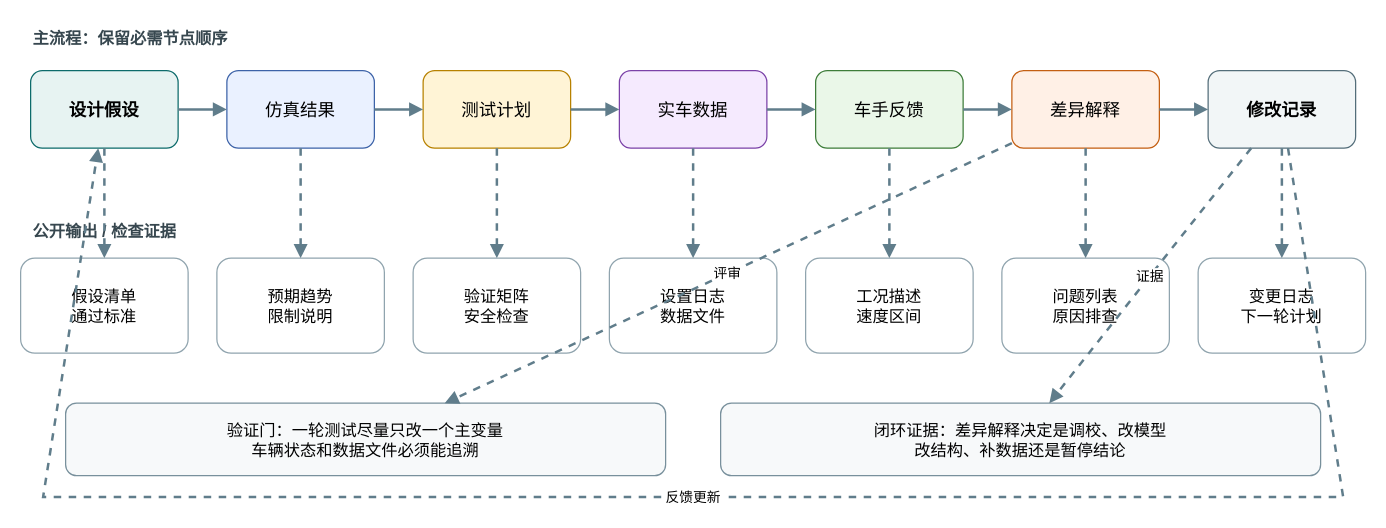
This is assets/diagrams/validation-loop.drawio from onebulletkick/suspension_opensource, a draw.io file, before an edit. Source tidied: cells renumbered, new cells numbered last; positions are measured from the earlier drawing's top-left corner, leaving out a move shared by most shapes. Both pictures are drawn from the tidied source at 125%, with x=0, y=0 at pixel (20, 20).
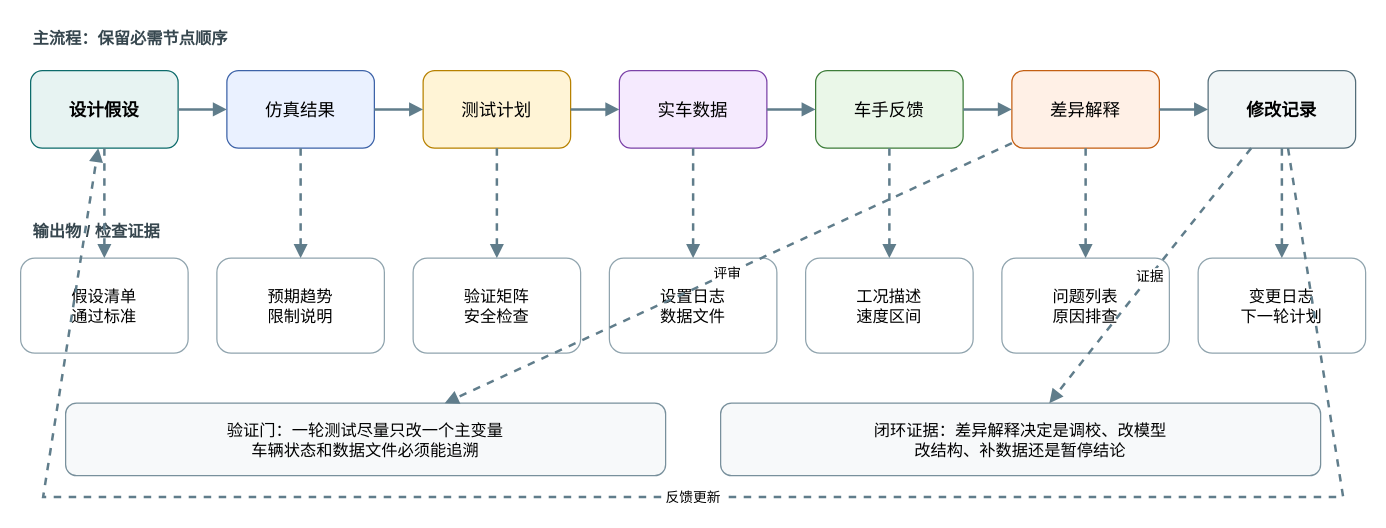
After the change.

What changed in the source:
```diff
@@
-    <mxCell id="3" value="公开输出 / 检查证据" style="text;html=0;strokeColor=none;fillColor=none;align=left;verticalAlign=middle;rounded=0;fontSize=13;fontStyle=1;fontColor=#37474f;" parent="1" vertex="1">
+    <mxCell id="3" value="输出物 / 检查证据" style="text;html=0;strokeColor=none;fillColor=none;align=left;verticalAlign=middle;rounded=0;fontSize=13;fontStyle=1;fontColor=#37474f;" parent="1" vertex="1">
       <mxGeometry x="8" y="154" width="360" height="28" as="geometry" />
     </mxCell>
```
